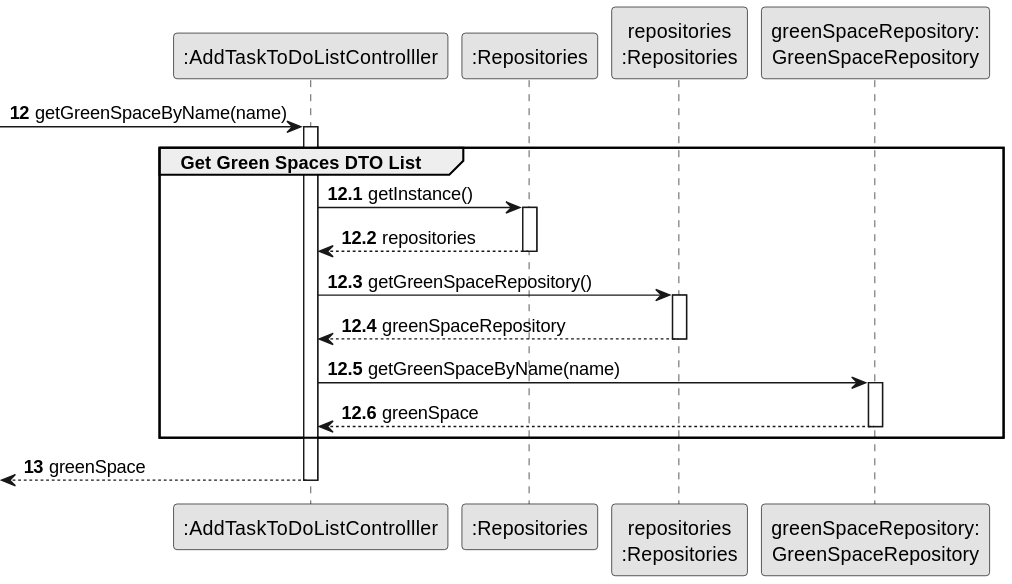
The PlantUML diagram docs/sprintA&B&C/us021/03.design/svg/us021-sequence-diagram-partial-get-green-space-by-name.svg in daniel41silva05/ISEP_2023_2024_LAPR2, before a commit.
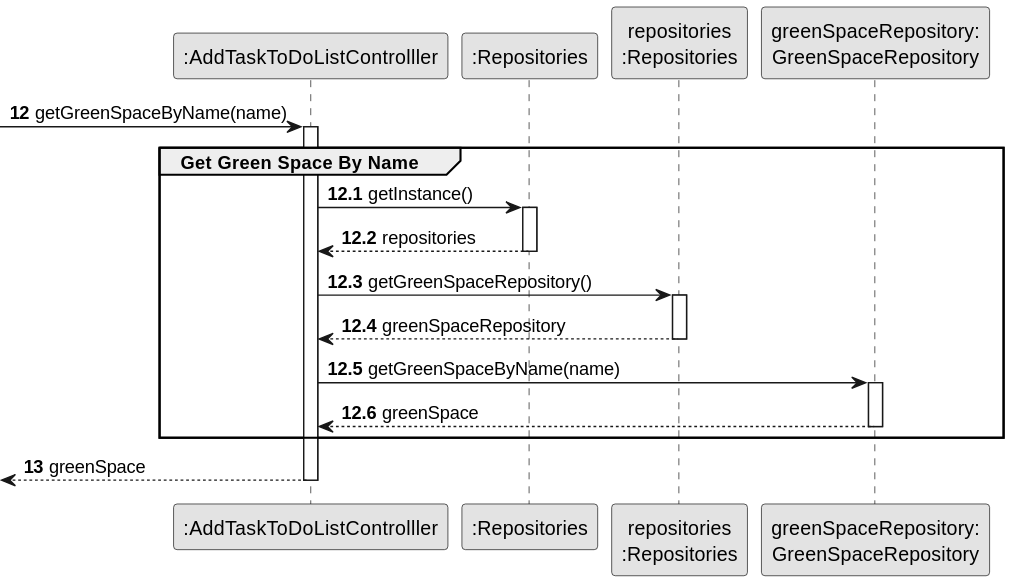
The same file after the commit.

Diff of the diagram source:
```diff
@@ -16,7 +16,7 @@
  -> CTRL : getGreenSpaceByName(name)
 autonumber 12.1
 activate CTRL
-    group Get Green Spaces DTO List
+    group Get Green Space By Name
 
             CTRL -> REP : getInstance()
             activate REP
```
